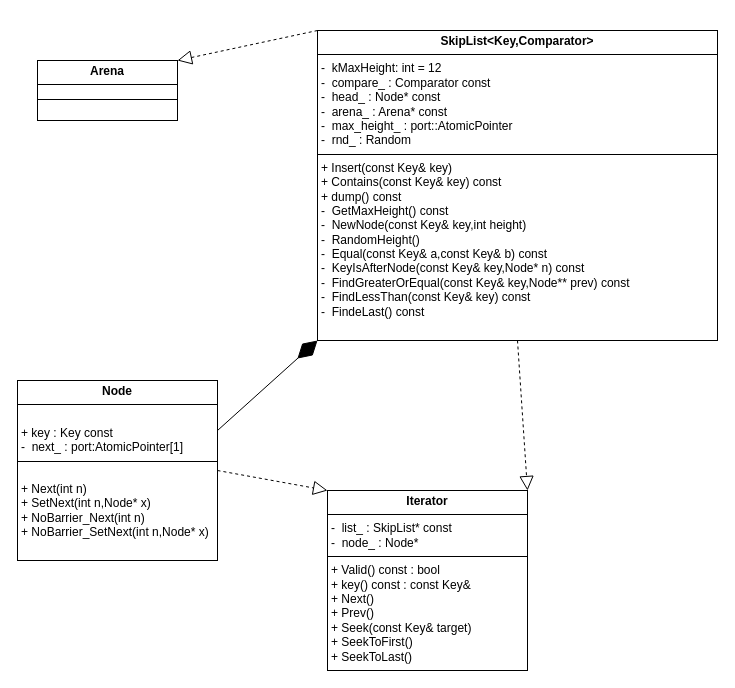
ZF-2305929683/simple-webserver-with-KVDB-and-SSL keeps this draw.io diagram as 未命名绘图.drawio. Above is the earlier version. Source tidied: cells renumbered, new cells numbered last; positions are measured from the earlier drawing's top-left corner, leaving out a move shared by most shapes. Both pictures are drawn from the tidied source at 100%, with x=0, y=0 at pixel (17, 30).
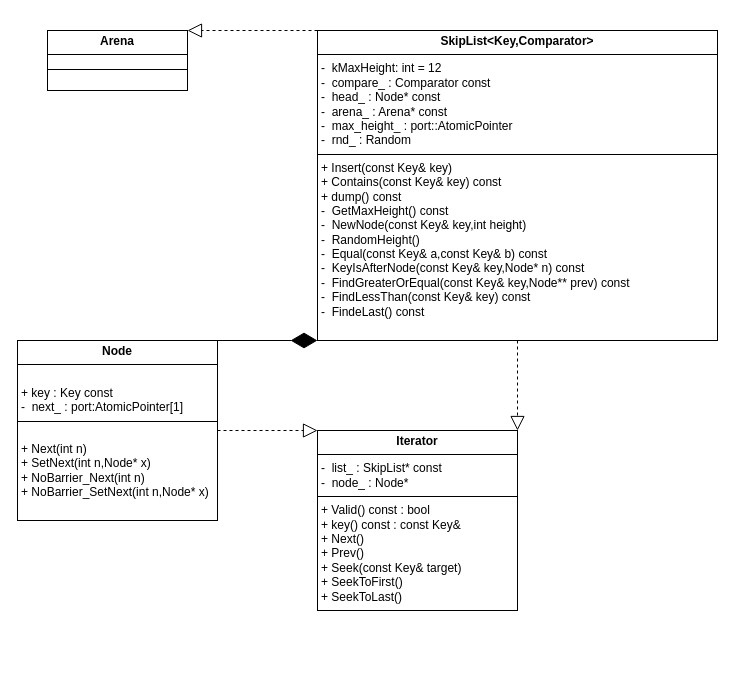
The same diagram, later.

Commit message:
更新未命名绘图.drawio

Change to the diagram source:
```diff
@@
 <mxGraphModel>
   <root>
     <mxCell id="0" />
     <mxCell id="1" parent="0" />
     <mxCell id="2" value="&lt;p style=&quot;margin:0px;margin-top:4px;text-align:center;&quot;&gt;&lt;b&gt;Arena&lt;/b&gt;&lt;/p&gt;&lt;hr size=&quot;1&quot; style=&quot;border-style:solid;&quot;&gt;&lt;div style=&quot;height:2px;&quot;&gt;&lt;/div&gt;&lt;hr size=&quot;1&quot; style=&quot;border-style:solid;&quot;&gt;&lt;div style=&quot;height:2px;&quot;&gt;&lt;/div&gt;" style="verticalAlign=top;align=left;overflow=fill;html=1;whiteSpace=wrap;" parent="1" vertex="1">
-      <mxGeometry x="20" y="30" width="140" height="60" as="geometry" />
+      <mxGeometry x="30" width="140" height="60" as="geometry" />
     </mxCell>
     <mxCell id="3" value="&lt;p style=&quot;margin:0px;margin-top:4px;text-align:center;&quot;&gt;&lt;b&gt;SkipList&amp;lt;Key,Comparator&amp;gt;&lt;/b&gt;&lt;/p&gt;&lt;hr size=&quot;1&quot; style=&quot;border-style:solid;&quot;&gt;&lt;p style=&quot;margin: 0px 0px 0px 4px;&quot;&gt;-&amp;nbsp; kMaxHeight: int = 12&lt;/p&gt;&lt;p style=&quot;margin: 0px 0px 0px 4px;&quot;&gt;-&amp;nbsp; compare_ : Comparator const&lt;/p&gt;&lt;p style=&quot;margin: 0px 0px 0px 4px;&quot;&gt;-&amp;nbsp; head_ : Node* const&lt;/p&gt;&lt;p style=&quot;margin: 0px 0px 0px 4px;&quot;&gt;-&amp;nbsp; arena_ : Arena* const&amp;nbsp;&lt;/p&gt;&lt;p style=&quot;margin: 0px 0px 0px 4px;&quot;&gt;-&amp;nbsp; max_height_ : port::AtomicPointer&lt;/p&gt;&lt;p style=&quot;margin: 0px 0px 0px 4px;&quot;&gt;-&amp;nbsp; rnd_ : Random&lt;/p&gt;&lt;hr size=&quot;1&quot; style=&quot;border-style:solid;&quot;&gt;&lt;p style=&quot;margin: 0px 0px 0px 4px;&quot;&gt;+ Insert(const Key&amp;amp; key)&lt;/p&gt;&lt;p style=&quot;margin: 0px 0px 0px 4px;&quot;&gt;+ Contains(const Key&amp;amp; key) const&lt;/p&gt;&lt;p style=&quot;margin: 0px 0px 0px 4px;&quot;&gt;+ dump() const&lt;/p&gt;&lt;p style=&quot;margin: 0px 0px 0px 4px;&quot;&gt;-&amp;nbsp; GetMaxHeight() const&lt;/p&gt;&lt;p style=&quot;margin: 0px 0px 0px 4px;&quot;&gt;-&amp;nbsp; NewNode(const Key&amp;amp; key,int height)&lt;/p&gt;&lt;p style=&quot;margin: 0px 0px 0px 4px;&quot;&gt;-&amp;nbsp; RandomHeight()&lt;/p&gt;&lt;p style=&quot;margin: 0px 0px 0px 4px;&quot;&gt;-&amp;nbsp; Equal(const Key&amp;amp; a,const Key&amp;amp; b) const&lt;/p&gt;&lt;p style=&quot;margin: 0px 0px 0px 4px;&quot;&gt;-&amp;nbsp; KeyIsAfterNode(const Key&amp;amp; key,Node* n) const&lt;/p&gt;&lt;p style=&quot;margin: 0px 0px 0px 4px;&quot;&gt;-&amp;nbsp; FindGreaterOrEqual(const Key&amp;amp; key,Node** prev) const&lt;/p&gt;&lt;p style=&quot;margin: 0px 0px 0px 4px;&quot;&gt;-&amp;nbsp; FindLessThan(const Key&amp;amp; key) const&lt;/p&gt;&lt;p style=&quot;margin: 0px 0px 0px 4px;&quot;&gt;-&amp;nbsp; FindeLast() const&lt;/p&gt;" style="verticalAlign=top;align=left;overflow=fill;html=1;whiteSpace=wrap;" parent="1" vertex="1">
       <mxGeometry x="300" width="400" height="310" as="geometry" />
     </mxCell>
     <mxCell id="4" value="&lt;p style=&quot;margin:0px;margin-top:4px;text-align:center;&quot;&gt;&lt;b&gt;Node&lt;/b&gt;&lt;/p&gt;&lt;hr size=&quot;1&quot; style=&quot;border-style:solid;&quot;&gt;&lt;p style=&quot;margin:0px;margin-left:4px;&quot;&gt;&lt;br&gt;&lt;/p&gt;&lt;p style=&quot;margin:0px;margin-left:4px;&quot;&gt;+ key : Key const&lt;/p&gt;&lt;p style=&quot;margin:0px;margin-left:4px;&quot;&gt;-&amp;nbsp; next_ : port:AtomicPointer[1]&lt;/p&gt;&lt;hr size=&quot;1&quot; style=&quot;border-style:solid;&quot;&gt;&lt;p style=&quot;margin:0px;margin-left:4px;&quot;&gt;&lt;br&gt;&lt;/p&gt;&lt;p style=&quot;margin:0px;margin-left:4px;&quot;&gt;+ Next(int n)&lt;/p&gt;&lt;p style=&quot;margin:0px;margin-left:4px;&quot;&gt;+ SetNext(int n,Node* x)&lt;/p&gt;&lt;p style=&quot;margin:0px;margin-left:4px;&quot;&gt;+ NoBarrier_Next(int n)&lt;/p&gt;&lt;p style=&quot;margin:0px;margin-left:4px;&quot;&gt;+ NoBarrier_SetNext(int n,Node* x)&lt;/p&gt;" style="verticalAlign=top;align=left;overflow=fill;html=1;whiteSpace=wrap;" parent="1" vertex="1">
-      <mxGeometry y="350" width="200" height="180" as="geometry" />
+      <mxGeometry y="310" width="200" height="180" as="geometry" />
     </mxCell>
     <mxCell id="5" value="&lt;p style=&quot;margin:0px;margin-top:4px;text-align:center;&quot;&gt;&lt;b&gt;Iterator&lt;/b&gt;&lt;/p&gt;&lt;hr size=&quot;1&quot; style=&quot;border-style:solid;&quot;&gt;&lt;p style=&quot;margin: 0px 0px 0px 4px;&quot;&gt;-&amp;nbsp; list_ : SkipList* const&lt;/p&gt;&lt;p style=&quot;margin: 0px 0px 0px 4px;&quot;&gt;-&amp;nbsp; node_ : Node*&lt;/p&gt;&lt;hr size=&quot;1&quot; style=&quot;border-style:solid;&quot;&gt;&lt;p style=&quot;margin:0px;margin-left:4px;&quot;&gt;+ Valid() const : bool&lt;/p&gt;&lt;p style=&quot;margin:0px;margin-left:4px;&quot;&gt;+ key() const : const Key&amp;amp;&lt;/p&gt;&lt;p style=&quot;margin:0px;margin-left:4px;&quot;&gt;+ Next()&lt;/p&gt;&lt;p style=&quot;margin:0px;margin-left:4px;&quot;&gt;+ Prev()&lt;/p&gt;&lt;p style=&quot;margin:0px;margin-left:4px;&quot;&gt;+ Seek(const Key&amp;amp; target)&lt;/p&gt;&lt;p style=&quot;margin:0px;margin-left:4px;&quot;&gt;+ SeekToFirst()&lt;/p&gt;&lt;p style=&quot;margin:0px;margin-left:4px;&quot;&gt;+ SeekToLast()&lt;/p&gt;" style="verticalAlign=top;align=left;overflow=fill;html=1;whiteSpace=wrap;" parent="1" vertex="1">
-      <mxGeometry x="310" y="460" width="200" height="180" as="geometry" />
+      <mxGeometry x="300" y="400" width="200" height="180" as="geometry" />
     </mxCell>
-    <mxCell id="6" style="endArrow=diamondThin;endFill=1;endSize=24;html=1;rounded=0;entryX=0;entryY=1;entryDx=0;entryDy=0;" parent="1" edge="1" target="3">
-      <mxGeometry relative="1" as="geometry">
-        <mxPoint x="200" y="400" as="sourcePoint" />
-      </mxGeometry>
+    <mxCell id="6" style="endArrow=diamondThin;endFill=1;endSize=24;html=1;rounded=0;entryX=0;entryY=1;entryDx=0;entryDy=0;exitX=1;exitY=0;exitDx=0;exitDy=0;" parent="1" edge="1" source="4" target="3">
+      <mxGeometry relative="1" as="geometry" />
     </mxCell>
     <mxCell id="7" style="endArrow=block;dashed=1;endFill=0;endSize=12;html=1;rounded=0;exitX=0.5;exitY=1;exitDx=0;exitDy=0;entryX=1;entryY=0;entryDx=0;entryDy=0;" parent="1" edge="1" source="3" target="5">
       <mxGeometry relative="1" as="geometry" />
     </mxCell>
     <mxCell id="8" style="endArrow=block;dashed=1;endFill=0;endSize=12;html=1;rounded=0;exitX=1;exitY=0.5;exitDx=0;exitDy=0;entryX=0;entryY=0;entryDx=0;entryDy=0;" parent="1" edge="1" source="4" target="5">
       <mxGeometry relative="1" as="geometry" />
     </mxCell>
     <mxCell id="9" style="endArrow=block;dashed=1;endFill=0;endSize=12;html=1;rounded=0;exitX=0;exitY=0;exitDx=0;exitDy=0;entryX=1;entryY=0;entryDx=0;entryDy=0;" parent="1" edge="1" source="3" target="2">
       <mxGeometry relative="1" as="geometry" />
     </mxCell>
   </root>
 </mxGraphModel>
```
